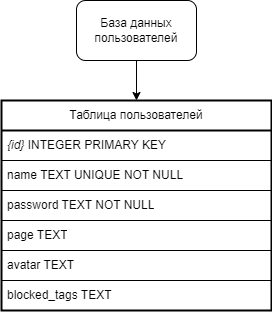
abnormalize0/DailyTeleFrog keeps this draw.io diagram as server/doc/source/images/users.drawio.png. Above is the earlier version. Source tidied: cells renumbered, new cells last; positions are measured from the earlier drawing's top-left corner, leaving out a move shared by most shapes.
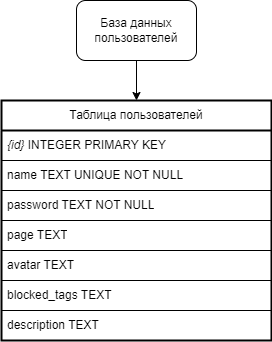
After the change.

What changed in the source:
```diff
@@ -9,7 +9,7 @@
       <mxGeometry x="75" width="120" height="60" as="geometry" />
     </mxCell>
     <mxCell id="4" value="Таблица пользователей" style="swimlane;fontStyle=0;horizontal=1;startSize=30;whiteSpace=wrap;html=1;swimlaneLine=1;glass=0;strokeWidth=2;" parent="1" vertex="1">
-      <mxGeometry y="100" width="270" height="210" as="geometry" />
+      <mxGeometry y="100" width="270" height="240" as="geometry" />
     </mxCell>
     <mxCell id="5" value="&lt;i&gt;{id}&lt;/i&gt; INTEGER PRIMARY KEY" style="text;strokeColor=default;fillColor=none;align=left;verticalAlign=middle;spacingLeft=4;spacingRight=4;overflow=hidden;whiteSpace=wrap;html=1;labelBorderColor=none;" parent="4" vertex="1">
       <mxGeometry y="30" width="270" height="30" as="geometry" />
@@ -29,5 +29,8 @@
     <mxCell id="10" value="blocked_tags TEXT" style="text;strokeColor=default;fillColor=none;align=left;verticalAlign=middle;spacingLeft=4;spacingRight=4;overflow=hidden;whiteSpace=wrap;html=1;" parent="4" vertex="1">
       <mxGeometry y="180" width="270" height="30" as="geometry" />
     </mxCell>
+    <mxCell id="11" value="description TEXT" style="text;strokeColor=default;fillColor=none;align=left;verticalAlign=middle;spacingLeft=4;spacingRight=4;overflow=hidden;whiteSpace=wrap;html=1;" parent="4" vertex="1">
+      <mxGeometry y="210" width="270" height="30" as="geometry" />
+    </mxCell>
   </root>
 </mxGraphModel>
```
